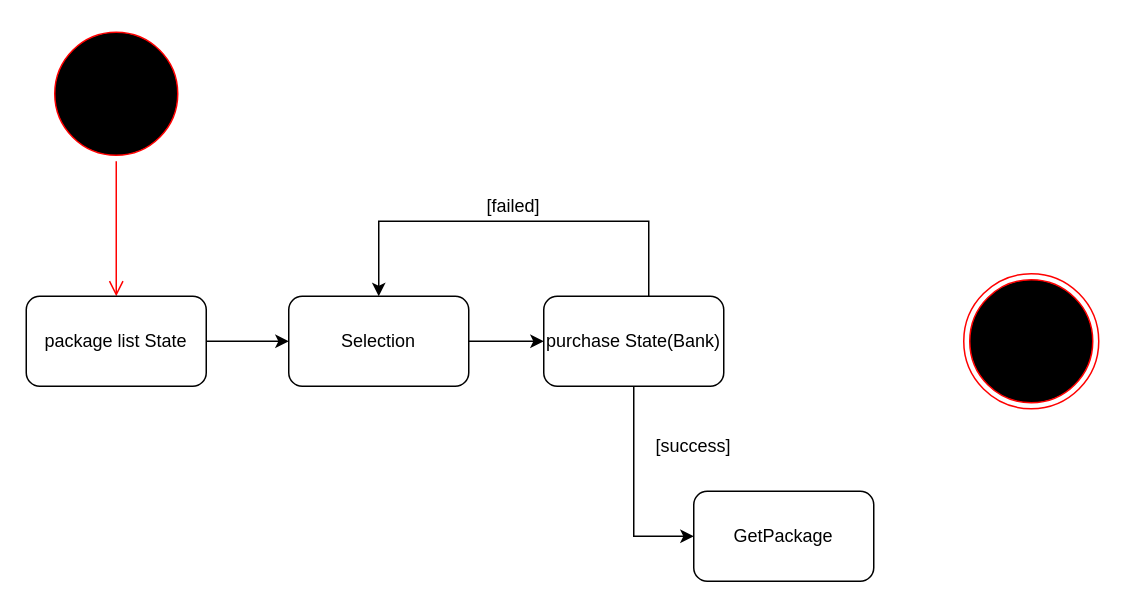
The draw.io diagram Behavioral Modeling/Behavioural State Machine(State Diagram)/RequestForProgramBehavioralDiagram.drawio in mmohajer9/sama-online-coaching-system, before the edit. Source tidied: cells renumbered, new cells numbered last; positions are measured from the earlier drawing's top-left corner, leaving out a move shared by most shapes. Both pictures are drawn from the tidied source at 150%, with x=0, y=0 at pixel (26, 26).
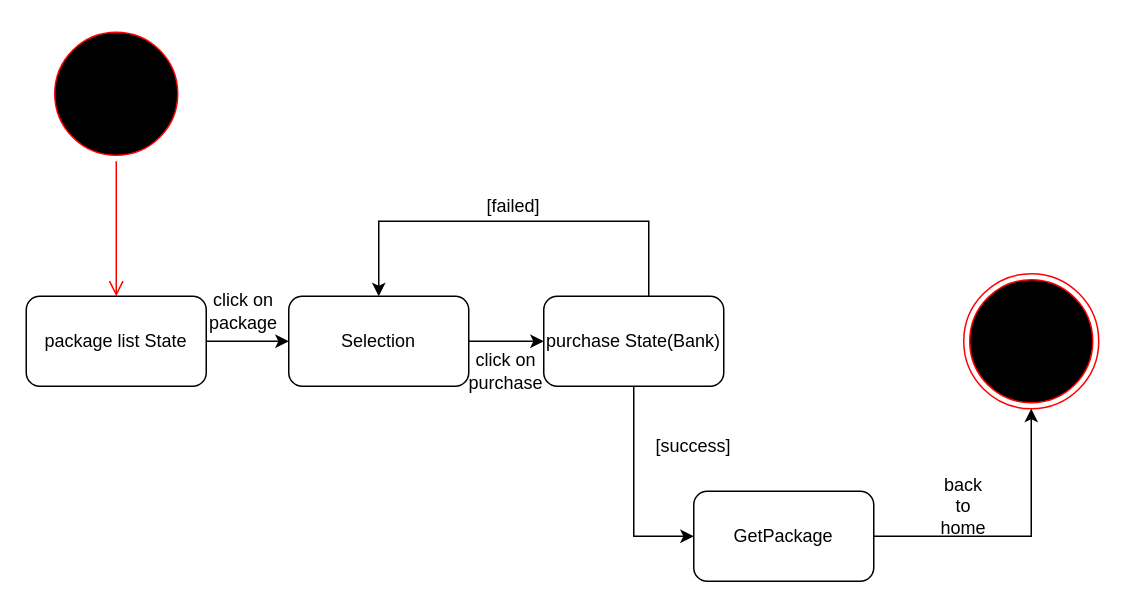
The same diagram, later.

Unchanged cells that the change refers to:
```xml
<mxCell id="2" style="ellipse;html=1;shape=endState;fillColor=#000000;strokeColor=#ff0000;" parent="1" vertex="1">
  <mxGeometry x="625" y="165" width="90" height="90" as="geometry" />
</mxCell>
<mxCell id="13" value="&lt;span style=&quot;white-space: normal&quot;&gt;GetPackage&lt;/span&gt;" style="rounded=1;whiteSpace=wrap;html=1;" parent="1" vertex="1">
  <mxGeometry x="445" y="310" width="120" height="60" as="geometry" />
</mxCell>
```

What changed in the source:
```diff
@@
+    <mxCell id="15" style="edgeStyle=orthogonalEdgeStyle;rounded=0;jettySize=auto;html=1;entryX=0.5;entryY=1;entryDx=0;entryDy=0;" parent="1" edge="1" source="13" target="2">
+      <mxGeometry relative="1" as="geometry" />
+    </mxCell>
@@
+    <mxCell id="16" value="back to home" style="text;html=1;strokeColor=none;fillColor=none;align=center;verticalAlign=middle;whiteSpace=wrap;rounded=0;" parent="1" vertex="1">
+      <mxGeometry x="605" y="310" width="40" height="20" as="geometry" />
+    </mxCell>
+    <mxCell id="17" value="click on package" style="text;html=1;strokeColor=none;fillColor=none;align=center;verticalAlign=middle;whiteSpace=wrap;rounded=0;" parent="1" vertex="1">
+      <mxGeometry x="125" y="180" width="40" height="20" as="geometry" />
+    </mxCell>
+    <mxCell id="18" value="click on purchase" style="text;html=1;strokeColor=none;fillColor=none;align=center;verticalAlign=middle;whiteSpace=wrap;rounded=0;" parent="1" vertex="1">
+      <mxGeometry x="300" y="220" width="40" height="20" as="geometry" />
+    </mxCell>
```
